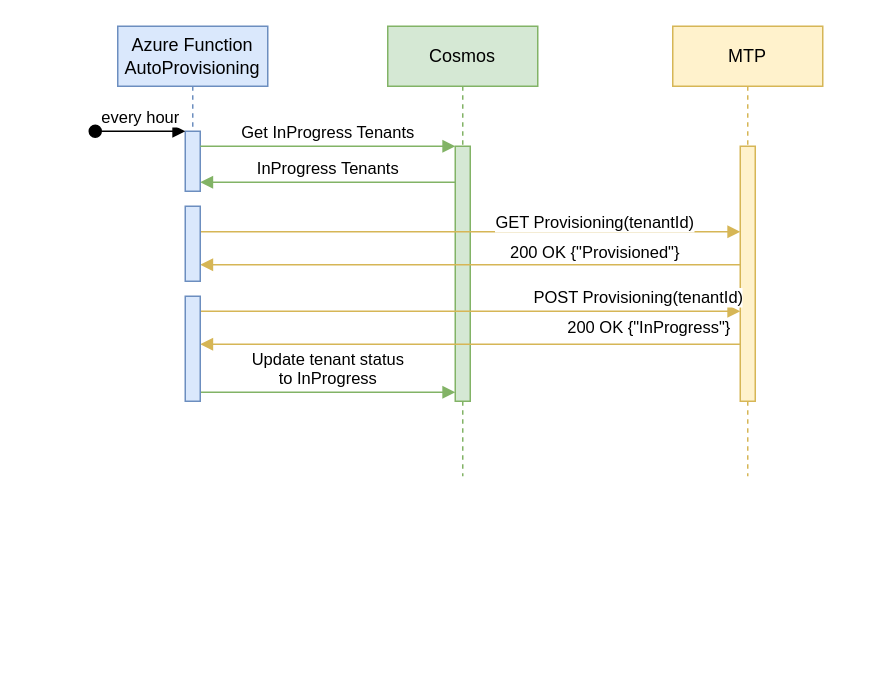
Earlier version of the draw.io diagram AutoProvisioning.drawio (rotemhas/drawio). Source tidied: cells renumbered, new cells numbered last; positions are measured from the earlier drawing's top-left corner, leaving out a move shared by most shapes. Both pictures are drawn from the tidied source at 150%, with x=0, y=0 at pixel (94, 26).
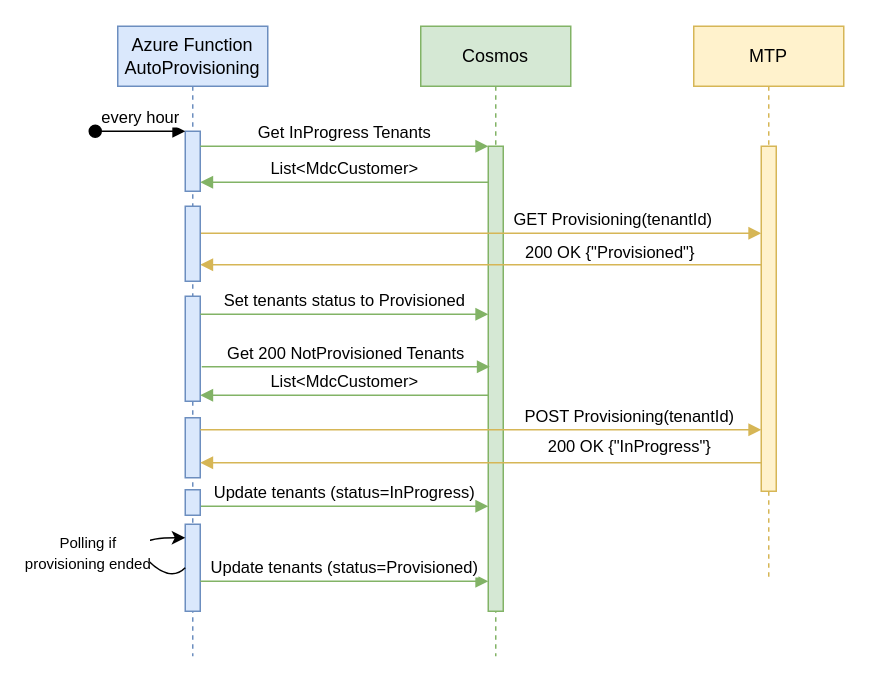
The same diagram, later.

Unchanged cells that the change refers to:
```xml
<mxCell id="3" style="html=1;points=[];perimeter=orthogonalPerimeter;outlineConnect=0;targetShapes=umlLifeline;portConstraint=eastwest;newEdgeStyle={&quot;edgeStyle&quot;:&quot;elbowEdgeStyle&quot;,&quot;elbow&quot;:&quot;vertical&quot;,&quot;curved&quot;:0,&quot;rounded&quot;:0};fillColor=#dae8fc;strokeColor=#6c8ebf;" parent="2" vertex="1">
  <mxGeometry x="45" y="70" width="10" height="40" as="geometry" />
</mxCell>
<mxCell id="16" style="html=1;points=[];perimeter=orthogonalPerimeter;outlineConnect=0;targetShapes=umlLifeline;portConstraint=eastwest;newEdgeStyle={&quot;edgeStyle&quot;:&quot;elbowEdgeStyle&quot;,&quot;elbow&quot;:&quot;vertical&quot;,&quot;curved&quot;:0,&quot;rounded&quot;:0};fillColor=#dae8fc;strokeColor=#6c8ebf;" parent="1" vertex="1">
  <mxGeometry x="60" y="120" width="10" height="50" as="geometry" />
</mxCell>
<mxCell id="17" style="html=1;points=[];perimeter=orthogonalPerimeter;outlineConnect=0;targetShapes=umlLifeline;portConstraint=eastwest;newEdgeStyle={&quot;edgeStyle&quot;:&quot;elbowEdgeStyle&quot;,&quot;elbow&quot;:&quot;vertical&quot;,&quot;curved&quot;:0,&quot;rounded&quot;:0};fillColor=#dae8fc;strokeColor=#6c8ebf;" parent="1" vertex="1">
  <mxGeometry x="60" y="180" width="10" height="70" as="geometry" />
</mxCell>
```

Change to the diagram source:
```diff
@@
     <mxCell id="2" value="Azure Function&lt;br&gt;AutoProvisioning" style="shape=umlLifeline;perimeter=lifelinePerimeter;whiteSpace=wrap;html=1;newEdgeStyle={&quot;edgeStyle&quot;:&quot;elbowEdgeStyle&quot;,&quot;elbow&quot;:&quot;vertical&quot;,&quot;curved&quot;:0,&quot;rounded&quot;:0};fillColor=#dae8fc;strokeColor=#6c8ebf;" parent="1" vertex="1">
-      <mxGeometry x="15" width="100" height="110" as="geometry" />
+      <mxGeometry x="15" width="100" height="420" as="geometry" />
     </mxCell>
@@
+    <mxCell id="18" style="html=1;perimeter=orthogonalPerimeter;targetShapes=umlLifeline;newEdgeStyle={&quot;edgeStyle&quot;:&quot;elbowEdgeStyle&quot;,&quot;elbow&quot;:&quot;vertical&quot;,&quot;curved&quot;:0,&quot;rounded&quot;:0};fillColor=#dae8fc;strokeColor=#6c8ebf;" parent="2" vertex="1">
+      <mxGeometry x="45" y="261" width="10" height="40" as="geometry" />
+    </mxCell>
+    <mxCell id="19" style="html=1;perimeter=orthogonalPerimeter;targetShapes=umlLifeline;newEdgeStyle={&quot;edgeStyle&quot;:&quot;elbowEdgeStyle&quot;,&quot;elbow&quot;:&quot;vertical&quot;,&quot;curved&quot;:0,&quot;rounded&quot;:0};fillColor=#dae8fc;strokeColor=#6c8ebf;" parent="2" vertex="1">
+      <mxGeometry x="45" y="332" width="10" height="58" as="geometry" />
+    </mxCell>
     <mxCell id="5" value="Cosmos" style="shape=umlLifeline;perimeter=lifelinePerimeter;whiteSpace=wrap;html=1;newEdgeStyle={&quot;edgeStyle&quot;:&quot;elbowEdgeStyle&quot;,&quot;elbow&quot;:&quot;vertical&quot;,&quot;curved&quot;:0,&quot;rounded&quot;:0};fillColor=#d5e8d4;strokeColor=#82b366;" parent="1" vertex="1">
-      <mxGeometry x="195" width="100" height="300" as="geometry" />
+      <mxGeometry x="217" width="100" height="420" as="geometry" />
     </mxCell>
     <mxCell id="6" style="html=1;points=[];perimeter=orthogonalPerimeter;outlineConnect=0;targetShapes=umlLifeline;portConstraint=eastwest;newEdgeStyle={&quot;edgeStyle&quot;:&quot;elbowEdgeStyle&quot;,&quot;elbow&quot;:&quot;vertical&quot;,&quot;curved&quot;:0,&quot;rounded&quot;:0};fillColor=#d5e8d4;strokeColor=#82b366;" parent="5" vertex="1">
-      <mxGeometry x="45" y="80" width="10" height="170" as="geometry" />
+      <mxGeometry x="45" y="80" width="10" height="310" as="geometry" />
     </mxCell>
@@
-    <mxCell id="8" value="InProgress Tenants" style="html=1;verticalAlign=bottom;endArrow=block;edgeStyle=elbowEdgeStyle;elbow=vertical;curved=0;rounded=0;fillColor=#d5e8d4;strokeColor=#82b366;" parent="1" edge="1" target="3">
+    <mxCell id="8" value="List&amp;lt;MdcCustomer&amp;gt;" style="html=1;verticalAlign=bottom;endArrow=block;edgeStyle=elbowEdgeStyle;elbow=vertical;curved=0;rounded=0;fillColor=#d5e8d4;strokeColor=#82b366;" parent="1" edge="1" source="6" target="3">
       <mxGeometry relative="1" as="geometry">
-        <mxPoint x="240" y="104" as="sourcePoint" />
         <Array as="points">
           <mxPoint x="165" y="104" />
         </Array>
       </mxGeometry>
     </mxCell>
     <mxCell id="9" value="MTP" style="shape=umlLifeline;perimeter=lifelinePerimeter;whiteSpace=wrap;html=1;newEdgeStyle={&quot;edgeStyle&quot;:&quot;elbowEdgeStyle&quot;,&quot;elbow&quot;:&quot;vertical&quot;,&quot;curved&quot;:0,&quot;rounded&quot;:0};fillColor=#fff2cc;strokeColor=#d6b656;" parent="1" vertex="1">
-      <mxGeometry x="385" width="100" height="300" as="geometry" />
+      <mxGeometry x="399" width="100" height="370" as="geometry" />
     </mxCell>
     <mxCell id="10" style="html=1;points=[];perimeter=orthogonalPerimeter;outlineConnect=0;targetShapes=umlLifeline;portConstraint=eastwest;newEdgeStyle={&quot;edgeStyle&quot;:&quot;elbowEdgeStyle&quot;,&quot;elbow&quot;:&quot;vertical&quot;,&quot;curved&quot;:0,&quot;rounded&quot;:0};fillColor=#fff2cc;strokeColor=#d6b656;" parent="9" vertex="1">
-      <mxGeometry x="45" y="80" width="10" height="170" as="geometry" />
+      <mxGeometry x="45" y="80" width="10" height="230" as="geometry" />
     </mxCell>
-    <mxCell id="11" value="GET Provisioning(tenantId)" style="html=1;verticalAlign=bottom;endArrow=block;edgeStyle=elbowEdgeStyle;elbow=vertical;curved=0;rounded=0;fillColor=#fff2cc;strokeColor=#d6b656;" parent="1" edge="1" source="16">
-      <mxGeometry x="0.46" y="-3" relative="1" as="geometry">
-        <mxPoint x="430" y="137" as="targetPoint" />
+    <mxCell id="11" value="GET Provisioning(tenantId)" style="html=1;verticalAlign=bottom;endArrow=block;edgeStyle=elbowEdgeStyle;elbow=vertical;curved=0;rounded=0;fillColor=#fff2cc;strokeColor=#d6b656;" parent="1" edge="1" target="10">
+      <mxGeometry x="0.47" relative="1" as="geometry">
+        <mxPoint x="70" y="138" as="sourcePoint" />
         <Array as="points">
-          <mxPoint x="161" y="137" />
+          <mxPoint x="161" y="138" />
         </Array>
       </mxGeometry>
     </mxCell>
-    <mxCell id="12" value="200 OK {&quot;Provisioned&quot;}" style="html=1;verticalAlign=bottom;endArrow=block;edgeStyle=elbowEdgeStyle;elbow=vertical;curved=0;rounded=0;fillColor=#fff2cc;strokeColor=#d6b656;" parent="1" edge="1" target="16">
+    <mxCell id="12" value="200 OK {&quot;Provisioned&quot;}" style="html=1;verticalAlign=bottom;endArrow=block;edgeStyle=elbowEdgeStyle;elbow=vertical;curved=0;rounded=0;fillColor=#fff2cc;strokeColor=#d6b656;" parent="1" edge="1" source="10" target="16">
       <mxGeometry x="-0.46" y="1" relative="1" as="geometry">
-        <mxPoint x="430" y="159" as="sourcePoint" />
         <Array as="points">
           <mxPoint x="171" y="159" />
         </Array>
       </mxGeometry>
     </mxCell>
-    <mxCell id="13" value="POST Provisioning(tenantId)" style="html=1;verticalAlign=bottom;endArrow=block;edgeStyle=elbowEdgeStyle;elbow=vertical;curved=0;rounded=0;fillColor=#fff2cc;strokeColor=#d6b656;" parent="1" edge="1" source="17" target="10">
-      <mxGeometry x="0.62" relative="1" as="geometry">
+    <mxCell id="13" value="POST Provisioning(tenantId)" style="html=1;verticalAlign=bottom;endArrow=block;edgeStyle=elbowEdgeStyle;elbow=vertical;curved=0;rounded=0;fillColor=#fff2cc;strokeColor=#d6b656;" parent="1" edge="1">
+      <mxGeometry x="0.53" relative="1" as="geometry">
+        <mxPoint x="70" y="269" as="sourcePoint" />
+        <mxPoint x="444" y="269" as="targetPoint" />
         <Array as="points">
-          <mxPoint x="161" y="190" />
+          <mxPoint x="161" y="269" />
         </Array>
       </mxGeometry>
     </mxCell>
-    <mxCell id="14" value="200 OK {&quot;InProgress&quot;}" style="html=1;verticalAlign=bottom;endArrow=block;edgeStyle=elbowEdgeStyle;elbow=vertical;curved=0;rounded=0;fillColor=#fff2cc;strokeColor=#d6b656;" parent="1" edge="1" source="10" target="17">
-      <mxGeometry x="-0.66" y="-2" relative="1" as="geometry">
+    <mxCell id="14" value="200 OK {&quot;InProgress&quot;}" style="html=1;verticalAlign=bottom;endArrow=block;edgeStyle=elbowEdgeStyle;elbow=vertical;curved=0;rounded=0;fillColor=#fff2cc;strokeColor=#d6b656;" parent="1" edge="1">
+      <mxGeometry x="-0.53" y="-2" relative="1" as="geometry">
+        <mxPoint x="444" y="291" as="sourcePoint" />
+        <mxPoint x="70" y="291" as="targetPoint" />
         <Array as="points">
-          <mxPoint x="171" y="212" />
+          <mxPoint x="171" y="291" />
         </Array>
       </mxGeometry>
     </mxCell>
-    <mxCell id="15" value="Update tenant status&lt;br&gt;to InProgress" style="html=1;verticalAlign=bottom;endArrow=block;edgeStyle=elbowEdgeStyle;elbow=vertical;curved=0;rounded=0;fillColor=#d5e8d4;strokeColor=#82b366;" parent="1" edge="1" target="6">
+    <mxCell id="15" value="Update tenants (status=InProgress)" style="html=1;verticalAlign=bottom;endArrow=block;edgeStyle=elbowEdgeStyle;elbow=vertical;curved=0;rounded=0;fillColor=#d5e8d4;strokeColor=#82b366;" parent="1" edge="1">
       <mxGeometry relative="1" as="geometry">
-        <mxPoint x="70" y="244" as="sourcePoint" />
+        <mxPoint x="70" y="320" as="sourcePoint" />
+        <mxPoint x="262" y="320" as="targetPoint" />
         <Array as="points">
-          <mxPoint x="160" y="244" />
+          <mxPoint x="160" y="320" />
         </Array>
       </mxGeometry>
     </mxCell>
@@
+    <mxCell id="20" value="Get 200 NotProvisioned Tenants" style="html=1;verticalAlign=bottom;endArrow=block;edgeStyle=elbowEdgeStyle;elbow=vertical;curved=0;rounded=0;fillColor=#d5e8d4;strokeColor=#82b366;" parent="1" edge="1">
+      <mxGeometry relative="1" as="geometry">
+        <mxPoint x="71" y="227" as="sourcePoint" />
+        <mxPoint x="263" y="227" as="targetPoint" />
+        <Array as="points">
+          <mxPoint x="156" y="227" />
+        </Array>
+      </mxGeometry>
+    </mxCell>
+    <mxCell id="21" value="List&amp;lt;MdcCustomer&amp;gt;" style="html=1;verticalAlign=bottom;endArrow=block;edgeStyle=elbowEdgeStyle;elbow=vertical;curved=0;rounded=0;fillColor=#d5e8d4;strokeColor=#82b366;" parent="1" edge="1">
+      <mxGeometry relative="1" as="geometry">
+        <mxPoint x="262" y="246" as="sourcePoint" />
+        <mxPoint x="70" y="246" as="targetPoint" />
+        <Array as="points">
+          <mxPoint x="175" y="246" />
+        </Array>
+      </mxGeometry>
+    </mxCell>
+    <mxCell id="22" style="html=1;perimeter=orthogonalPerimeter;targetShapes=umlLifeline;newEdgeStyle={&quot;edgeStyle&quot;:&quot;elbowEdgeStyle&quot;,&quot;elbow&quot;:&quot;vertical&quot;,&quot;curved&quot;:0,&quot;rounded&quot;:0};fillColor=#dae8fc;strokeColor=#6c8ebf;" parent="1" vertex="1">
+      <mxGeometry x="60" y="309" width="10" height="17" as="geometry" />
+    </mxCell>
+    <mxCell id="23" style="curved=1;endArrow=classic;html=1;rounded=0;" parent="1" edge="1">
+      <mxGeometry relative="1" as="geometry">
+        <mxPoint x="60" y="361" as="sourcePoint" />
+        <mxPoint x="60" y="341" as="targetPoint" />
+        <Array as="points">
+          <mxPoint x="50" y="371" />
+          <mxPoint x="20" y="341" />
+        </Array>
+      </mxGeometry>
+    </mxCell>
+    <mxCell id="24" value="&lt;font style=&quot;font-size: 10px;&quot;&gt;Polling if &lt;br&gt;provisioning ended&lt;/font&gt;" style="edgeLabel;html=1;align=center;verticalAlign=middle;" parent="23" vertex="1">
+      <mxGeometry x="-0.18" y="-4" relative="1" as="geometry">
+        <mxPoint x="-40" y="1" as="offset" />
+      </mxGeometry>
+    </mxCell>
+    <mxCell id="25" value="Set tenants status to Provisioned" style="html=1;verticalAlign=bottom;endArrow=block;edgeStyle=elbowEdgeStyle;elbow=vertical;curved=0;rounded=0;fillColor=#d5e8d4;strokeColor=#82b366;" parent="1" edge="1">
+      <mxGeometry relative="1" as="geometry">
+        <mxPoint x="70" y="192" as="sourcePoint" />
+        <mxPoint x="262" y="192" as="targetPoint" />
+        <Array as="points">
+          <mxPoint x="155" y="192" />
+        </Array>
+      </mxGeometry>
+    </mxCell>
+    <mxCell id="26" value="Update tenants (status=Provisioned)" style="html=1;verticalAlign=bottom;endArrow=block;edgeStyle=elbowEdgeStyle;elbow=vertical;curved=0;rounded=0;fillColor=#d5e8d4;strokeColor=#82b366;" parent="1" edge="1">
+      <mxGeometry relative="1" as="geometry">
+        <mxPoint x="70" y="370" as="sourcePoint" />
+        <mxPoint x="262" y="370" as="targetPoint" />
+        <Array as="points">
+          <mxPoint x="160" y="370" />
+        </Array>
+      </mxGeometry>
+    </mxCell>
```
